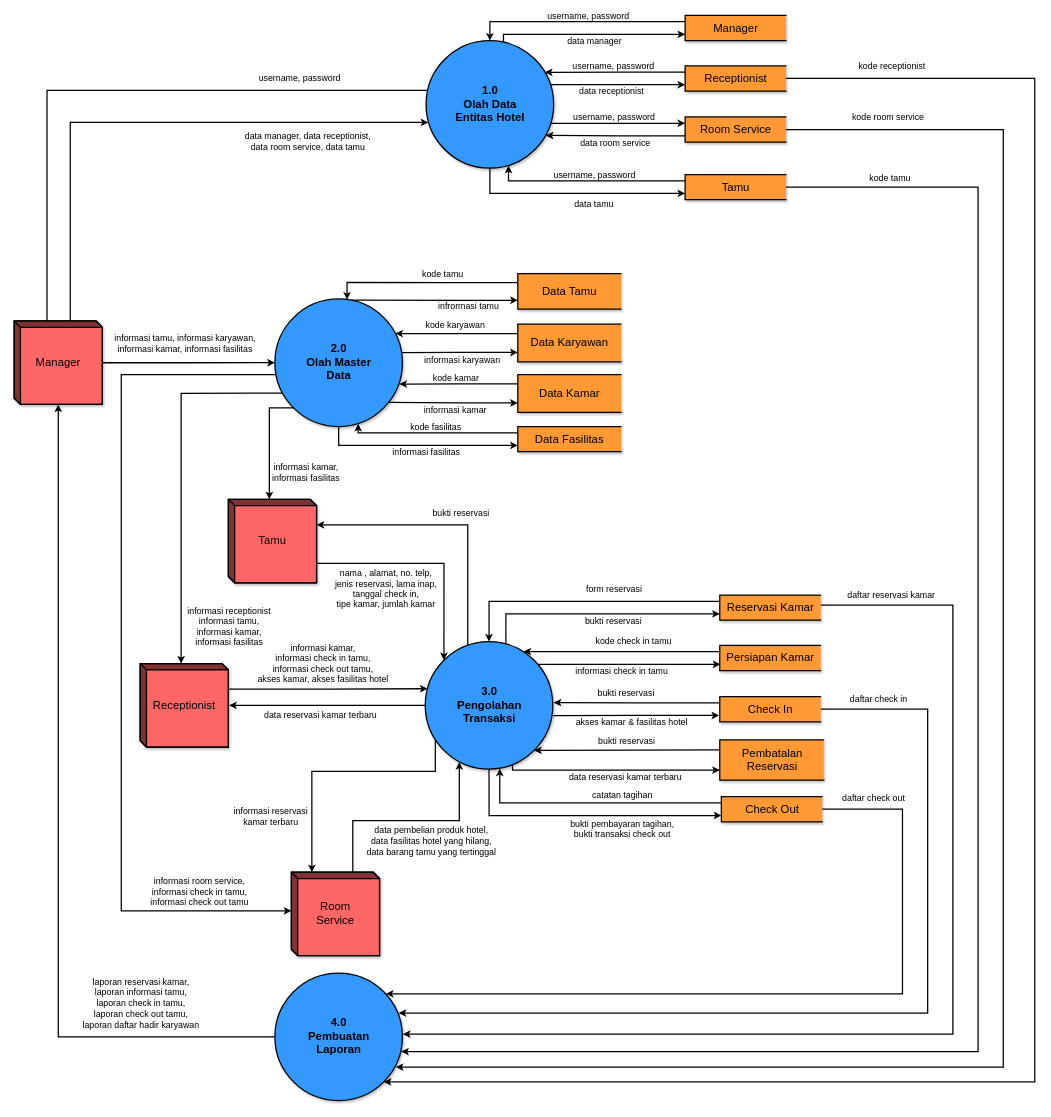
Above: page "DFD LVL 1 - NEW" (3 of 10) of Sistem Pemesanan Kamar Hotel - Data Flow Diagram.drawio in trueazp/System-Design-Analysis (draw.io), before the change. Source tidied: cells renumbered, new cells numbered last; positions are measured from the earlier drawing's top-left corner, leaving out a move shared by most shapes. Both pictures are drawn from the tidied source at 63%, with x=0, y=0 at pixel (14, 15).
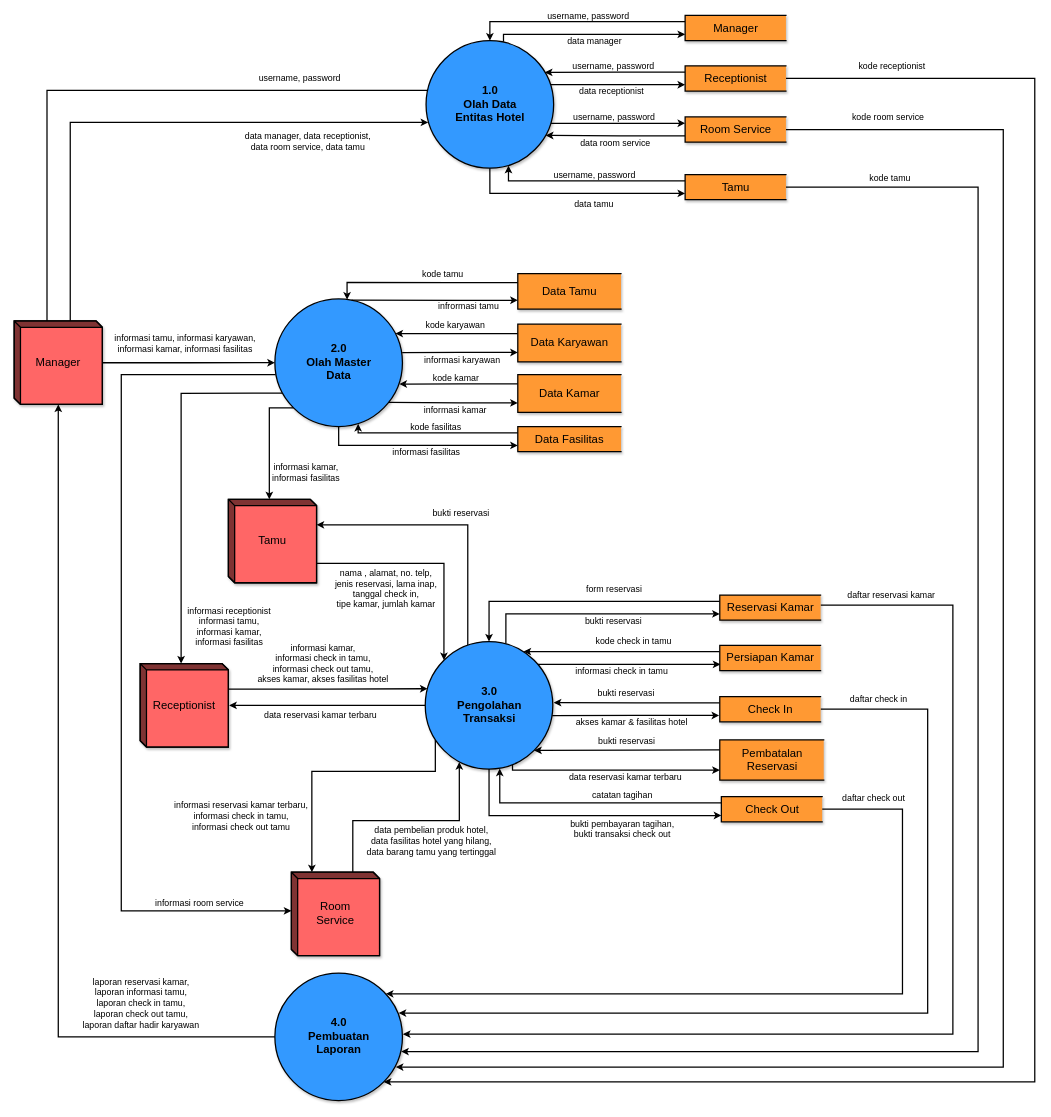
After the change.

The change refers to these unchanged cells:
```xml
<mxCell id="71" style="edgeStyle=orthogonalEdgeStyle;rounded=0;jettySize=auto;html=1;exitX=0;exitY=0;exitDx=32.5;exitDy=0;exitPerimeter=0;entryX=0.079;entryY=0.772;entryDx=0;entryDy=0;entryPerimeter=0;fontSize=14;startArrow=classic;startFill=1;endArrow=none;endFill=0;strokeWidth=2;labelBackgroundColor=none;" parent="1" edge="1" source="75" target="81">
  <mxGeometry relative="1" as="geometry">
    <Array as="points">
      <mxPoint x="472" y="1200" />
      <mxPoint x="669" y="1200" />
    </Array>
  </mxGeometry>
</mxCell>
<mxCell id="73" style="edgeStyle=orthogonalEdgeStyle;rounded=0;jumpStyle=arc;jettySize=auto;html=1;entryX=0.006;entryY=0.594;entryDx=0;entryDy=0;entryPerimeter=0;labelBackgroundColor=none;fontSize=14;startArrow=classic;startFill=1;endArrow=none;endFill=0;strokeWidth=2;exitX=0;exitY=0;exitDx=0;exitDy=61.25;exitPerimeter=0;" parent="1" edge="1" source="75" target="13">
  <mxGeometry relative="1" as="geometry">
    <Array as="points">
      <mxPoint x="170" y="1421" />
      <mxPoint x="170" y="570" />
    </Array>
  </mxGeometry>
</mxCell>
```

The edit, as a diff of the source:
```diff
@@
-    <mxCell id="72" value="&lt;div&gt;informasi reservasi &lt;br&gt;&lt;/div&gt;&lt;div&gt;kamar terbaru&lt;/div&gt;" style="edgeLabel;html=1;align=center;verticalAlign=middle;fontSize=14;labelBackgroundColor=none;" parent="71" vertex="1">
+    <mxCell id="72" value="&lt;div&gt;informasi reservasi kamar terbaru, &lt;br&gt;&lt;div&gt;informasi check in tamu, &lt;br&gt;&lt;/div&gt;informasi check out tamu&lt;/div&gt;" style="edgeLabel;html=1;align=center;verticalAlign=middle;fontSize=14;labelBackgroundColor=none;" parent="71" vertex="1">
       <mxGeometry x="0.13" y="2" relative="1" as="geometry">
-        <mxPoint x="-135" y="72" as="offset" />
+        <mxPoint x="-182" y="72" as="offset" />
       </mxGeometry>
     </mxCell>
@@
-    <mxCell id="74" value="&lt;div&gt;informasi room service,&lt;br&gt;&lt;div&gt;informasi check in tamu, &lt;br&gt;&lt;/div&gt;informasi check out tamu&lt;/div&gt;" style="edgeLabel;html=1;align=center;verticalAlign=middle;fontSize=14;" parent="73" vertex="1">
+    <mxCell id="74" value="&lt;div&gt;informasi room service&lt;/div&gt;" style="edgeLabel;html=1;align=center;verticalAlign=middle;fontSize=14;" parent="73" vertex="1">
       <mxGeometry x="-0.71" relative="1" as="geometry">
-        <mxPoint x="51" y="-31" as="offset" />
+        <mxPoint x="51" y="-13" as="offset" />
       </mxGeometry>
     </mxCell>
```
